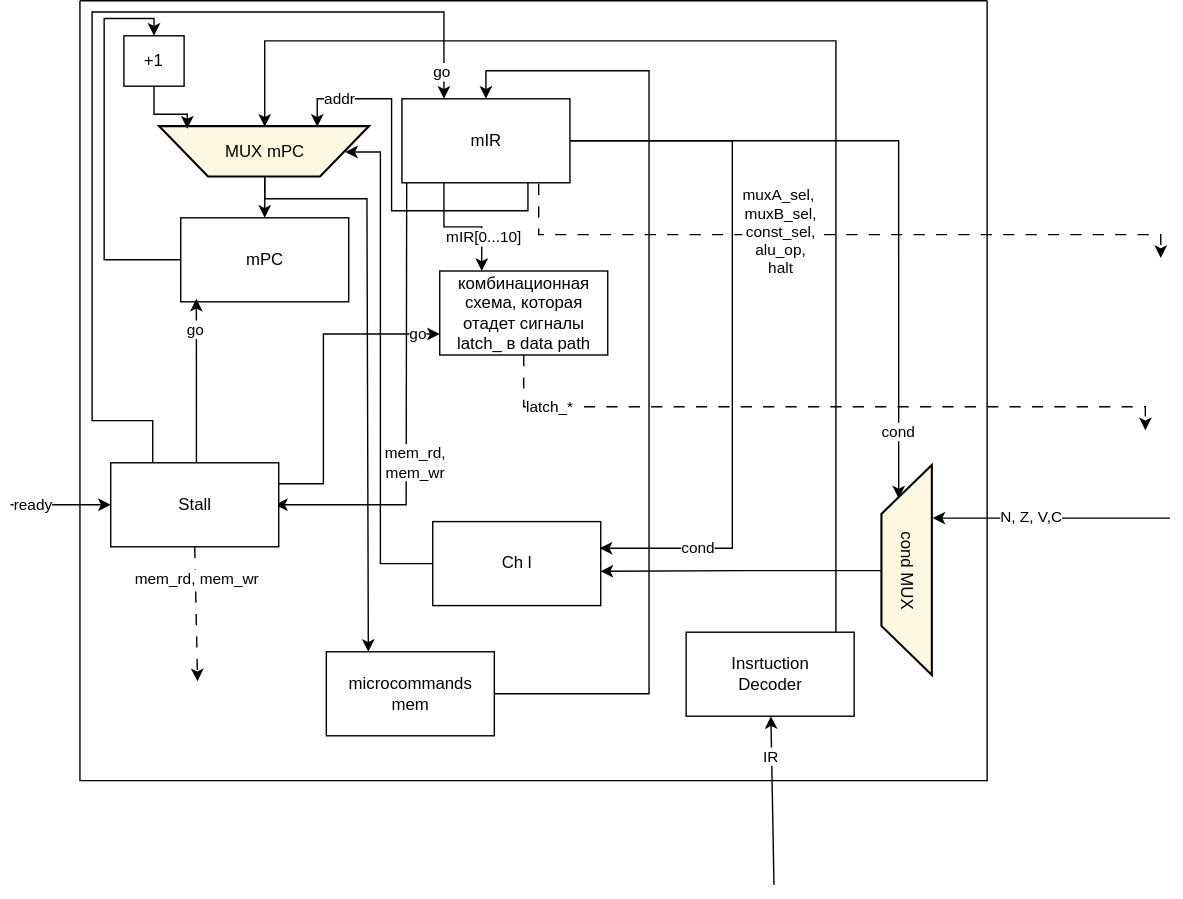
This is docs/scheme-Page-2.drawio.svg from MKoblents/mz, a draw.io export, as it was before one commit. Source tidied: cells renumbered, new cells last; positions are measured from the earlier drawing's top-left corner, leaving out a move shared by most shapes.
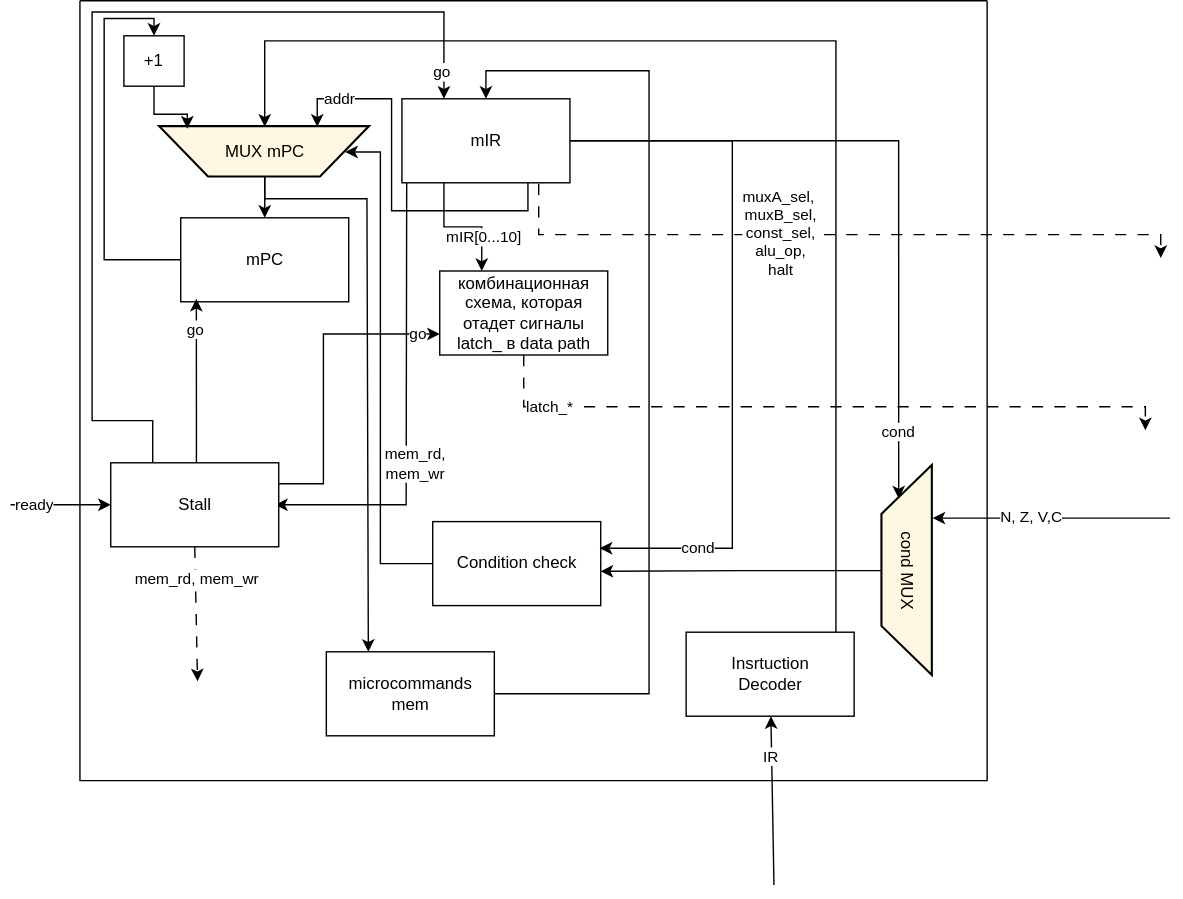
Later version of the same file.

Commit message:
scheme corrected

Change to the diagram source:
```diff
@@ -114,7 +114,7 @@
         </Array>
       </mxGeometry>
     </mxCell>
-    <mxCell id="25" value="Ch l" style="rounded=0;whiteSpace=wrap;html=1;" parent="2" vertex="1">
+    <mxCell id="25" value="Condition check" style="rounded=0;whiteSpace=wrap;html=1;" parent="2" vertex="1">
       <mxGeometry x="252" y="372" width="120" height="60" as="geometry" />
     </mxCell>
     <mxCell id="26" style="edgeStyle=orthogonalEdgeStyle;rounded=0;jettySize=auto;html=1;exitX=0.5;exitY=1;exitDx=0;exitDy=0;entryX=0.999;entryY=0.592;entryDx=0;entryDy=0;entryPerimeter=0;defaultLabelBackgroundColor=page;" parent="2" edge="1" source="21" target="25">
```
